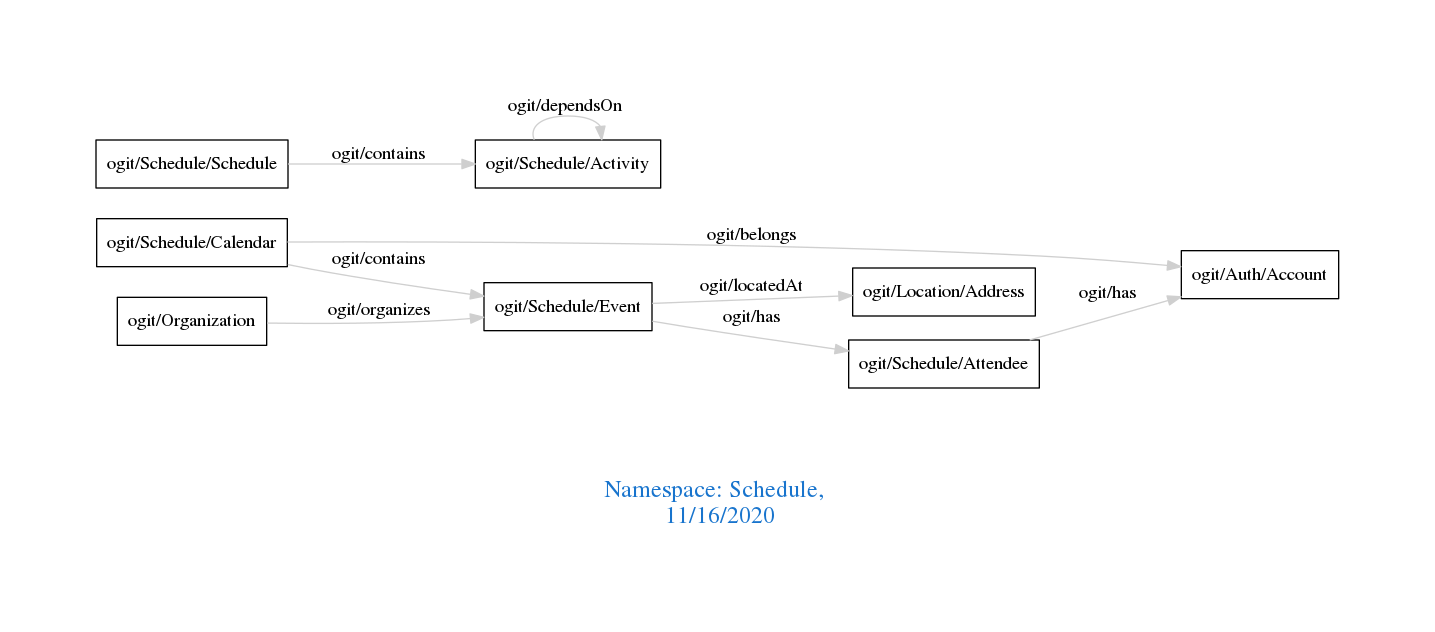
Before: downloads/Schedule.png, a diagram exported from Graphviz (arago/OGIT). Its source is kept beside it as downloads/Schedule.dot.
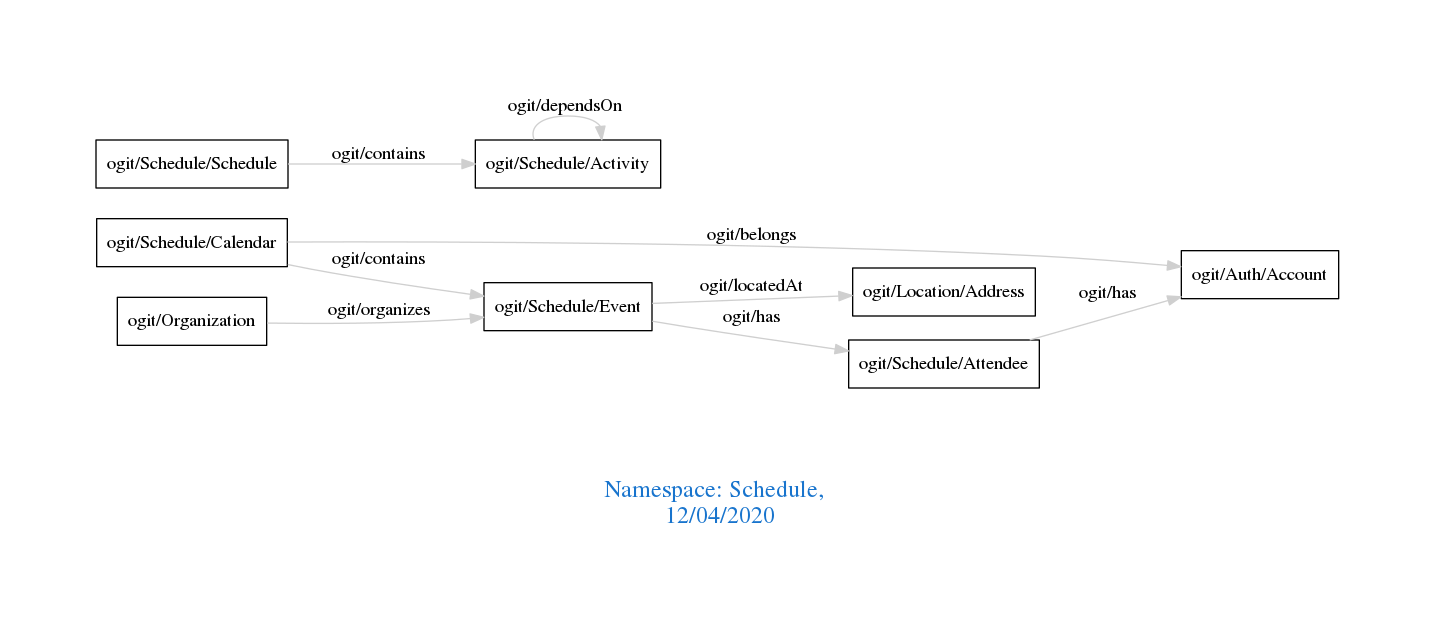
Later version of the same file.

Diff of the diagram source:
```diff
@@ -1,7 +1,7 @@
 digraph OGIT_ontology {
  graph [ rankdir= LR,pad=1
 fontsize = 18,
-fontcolor= dodgerblue3,label = "\n\n\nNamespace: Schedule, \n 11/16/2020"];
+fontcolor= dodgerblue3,label = "\n\n\nNamespace: Schedule, \n 12/04/2020"];
 node[shape=polygon];
 edge [  color="gray81"];
 
```
